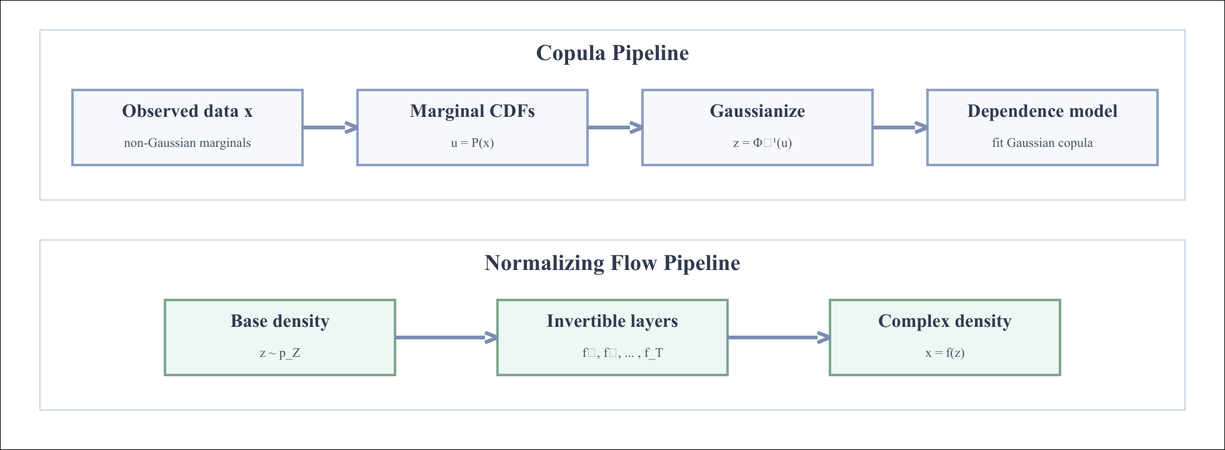
Before: notes/02_probability_reconstructed/assets/figure_2_copula_flow_pipeline.png, a diagram exported from Graphviz (jensonp/cs179-chapter-2-probability). Its source is kept beside it as notes/02_probability_reconstructed/assets/figure_2_copula_flow_pipeline.dot. The source it was exported from:
```dot
digraph CopulaFlow {
  rankdir=TB;
  node [shape=box, style="rounded,filled", fillcolor="#f6f8fc", color="#8ea1c2", fontname="Helvetica"];
  edge [color="#7d8fb2", penwidth=1.3, arrowsize=0.8];
  obs [label="Observed data x"];
  uni [label="Marginal CDFs\nu = P(x)"];
  gauss [label="Gaussianized variables\nz = Φ^{-1}(u)"];
  dep [label="Dependence model\nfit copula in z-space"];
  base [label="Base density\nz ~ p_Z"];
  layers [label="Invertible layers\nf_1, f_2, ... , f_T"];
  data [label="Complex density\nx = f(z)"];
  obs -> uni -> gauss -> dep;
  base -> layers -> data;
}
```
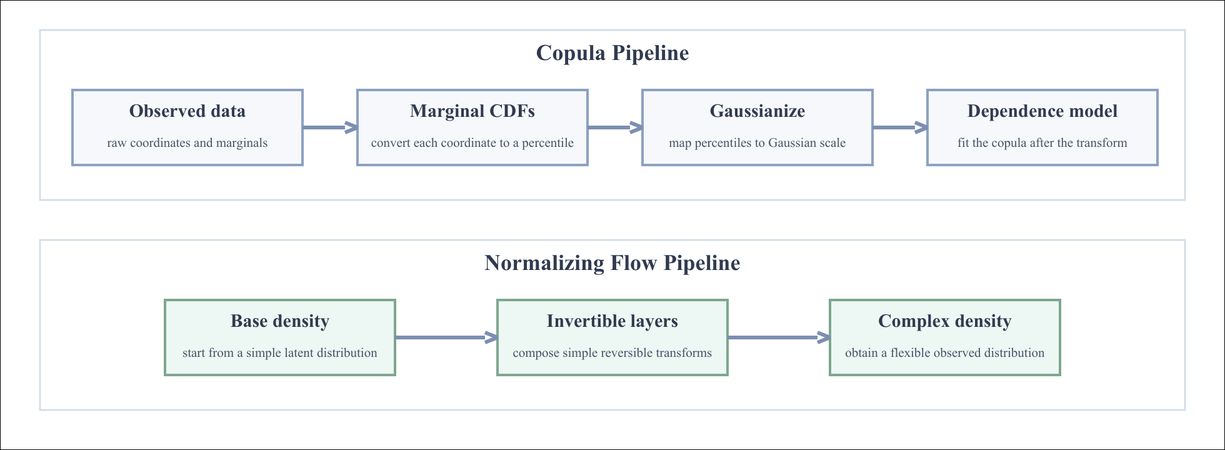
After the change.

Commit message:
Simplify native diagram labels for readability

Change to the diagram source:
```diff
@@ -3,12 +3,12 @@
   node [shape=box, style="rounded,filled", fillcolor="#f6f8fc", color="#8ea1c2", fontname="Helvetica"];
   edge [color="#7d8fb2", penwidth=1.3, arrowsize=0.8];
   obs [label="Observed data x"];
-  uni [label="Marginal CDFs\nu = P(x)"];
-  gauss [label="Gaussianized variables\nz = Φ^{-1}(u)"];
-  dep [label="Dependence model\nfit copula in z-space"];
-  base [label="Base density\nz ~ p_Z"];
-  layers [label="Invertible layers\nf_1, f_2, ... , f_T"];
-  data [label="Complex density\nx = f(z)"];
+  uni [label="Marginal CDFs\nconvert to percentiles"];
+  gauss [label="Gaussianize\nmap percentiles to Gaussian scale"];
+  dep [label="Dependence model\nfit copula in transformed space"];
+  base [label="Base density\nsimple latent distribution"];
+  layers [label="Invertible layers\ncompose simple transforms"];
+  data [label="Complex density\nflexible observed distribution"];
   obs -> uni -> gauss -> dep;
   base -> layers -> data;
 }
```
